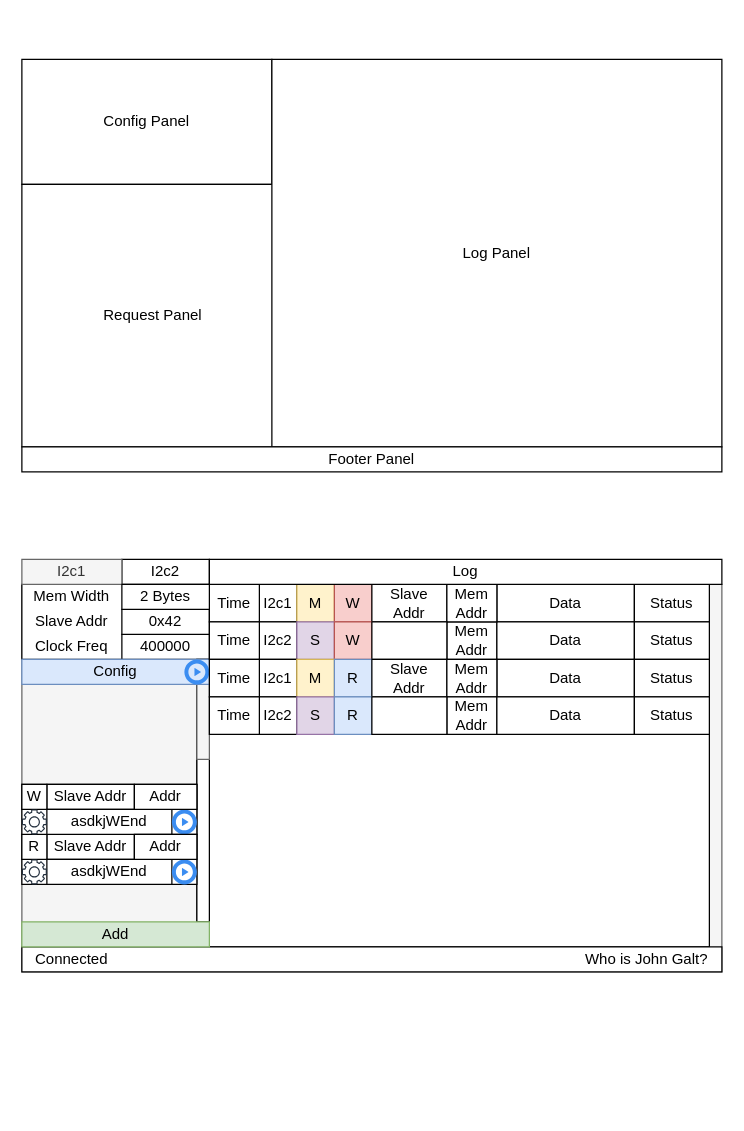
Before: UImock.drawio in AlmCoding/expander-ui, a draw.io diagram. Source tidied: cells renumbered, new cells numbered last; positions are measured from the earlier drawing's top-left corner, leaving out a move shared by most shapes. Both pictures are drawn from the tidied source at 125%, with x=0, y=0 at pixel (21, 59).
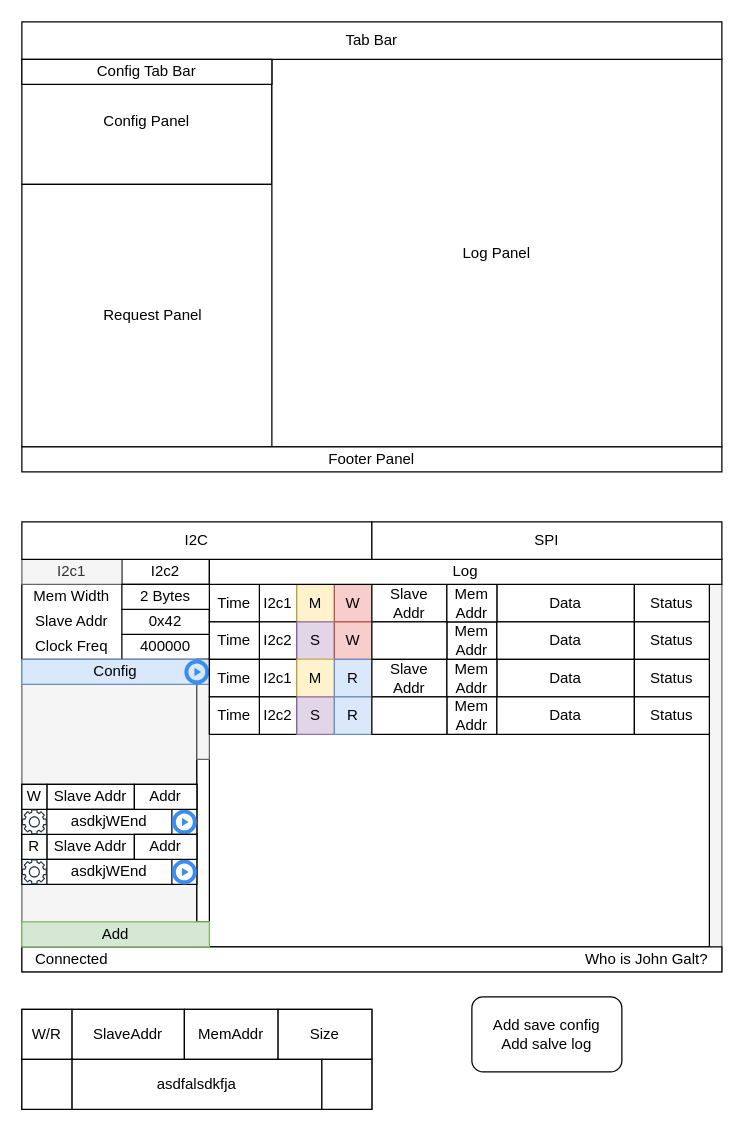
After the change.

Diff of the diagram source:
```diff
@@
+    <mxCell id="73" value="I2C" style="rounded=0;whiteSpace=wrap;html=1;" parent="1" vertex="1">
+      <mxGeometry y="370" width="280" height="30" as="geometry" />
+    </mxCell>
+    <mxCell id="74" value="SPI" style="rounded=0;whiteSpace=wrap;html=1;" parent="1" vertex="1">
+      <mxGeometry x="280" y="370" width="280" height="30" as="geometry" />
+    </mxCell>
+    <mxCell id="75" value="Tab Bar" style="rounded=0;whiteSpace=wrap;html=1;" parent="1" vertex="1">
+      <mxGeometry y="-30" width="560" height="30" as="geometry" />
+    </mxCell>
+    <mxCell id="76" value="Config Tab Bar" style="rounded=0;whiteSpace=wrap;html=1;" parent="1" vertex="1">
+      <mxGeometry width="200" height="20" as="geometry" />
+    </mxCell>
+    <mxCell id="77" style="rounded=0;whiteSpace=wrap;html=1;" parent="1" vertex="1">
+      <mxGeometry y="760" width="280" height="80" as="geometry" />
+    </mxCell>
+    <mxCell id="78" value="SlaveAddr" style="rounded=0;whiteSpace=wrap;html=1;" parent="1" vertex="1">
+      <mxGeometry x="40" y="760" width="90" height="40" as="geometry" />
+    </mxCell>
+    <mxCell id="79" value="W/R" style="rounded=0;whiteSpace=wrap;html=1;" parent="1" vertex="1">
+      <mxGeometry y="760" width="40" height="40" as="geometry" />
+    </mxCell>
+    <mxCell id="80" value="MemAddr" style="rounded=0;whiteSpace=wrap;html=1;" parent="1" vertex="1">
+      <mxGeometry x="130" y="760" width="75" height="40" as="geometry" />
+    </mxCell>
+    <mxCell id="81" value="Size" style="rounded=0;whiteSpace=wrap;html=1;" parent="1" vertex="1">
+      <mxGeometry x="205" y="760" width="75" height="40" as="geometry" />
+    </mxCell>
+    <mxCell id="82" value="asdfalsdkfja" style="rounded=0;whiteSpace=wrap;html=1;" parent="1" vertex="1">
+      <mxGeometry x="40" y="800" width="200" height="40" as="geometry" />
+    </mxCell>
+    <mxCell id="83" style="rounded=0;whiteSpace=wrap;html=1;" parent="1" vertex="1">
+      <mxGeometry x="240" y="800" width="40" height="40" as="geometry" />
+    </mxCell>
+    <mxCell id="84" style="rounded=0;whiteSpace=wrap;html=1;" parent="1" vertex="1">
+      <mxGeometry y="800" width="40" height="40" as="geometry" />
+    </mxCell>
+    <mxCell id="85" value="Add save config&lt;div&gt;Add salve log&lt;/div&gt;" style="rounded=1;whiteSpace=wrap;html=1;" parent="1" vertex="1">
+      <mxGeometry x="360" y="750" width="120" height="60" as="geometry" />
+    </mxCell>
```
